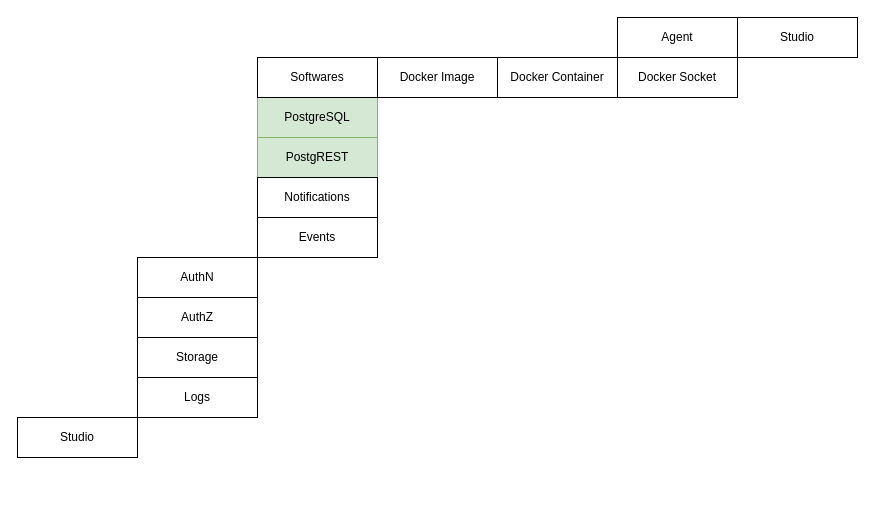
This is README.dio from crestfall-sh/authn, a draw.io file, before an edit. Source tidied: cells renumbered, new cells numbered last; positions are measured from the earlier drawing's top-left corner, leaving out a move shared by most shapes. Both pictures are drawn from the tidied source at 100%, with x=0, y=0 at pixel (17, 17).
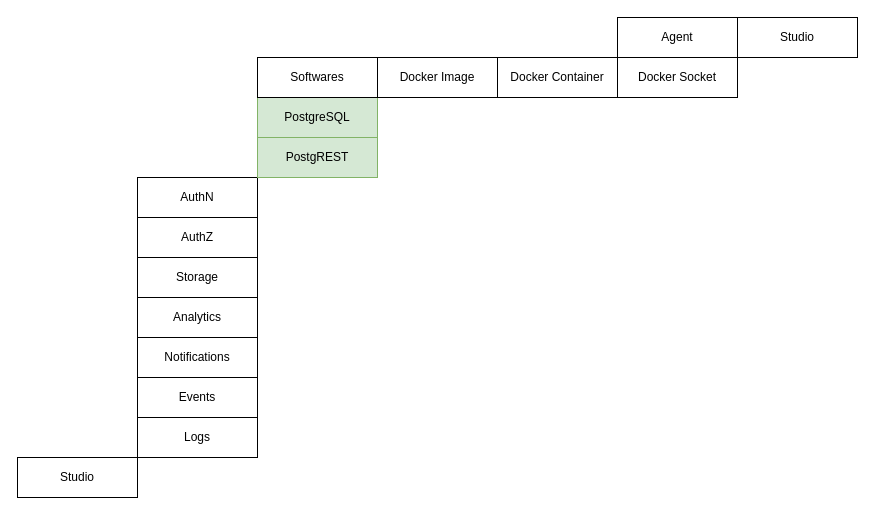
The same page after the edit.

Change to the diagram source:
```diff
@@
 <mxGraphModel>
   <root>
     <mxCell id="0" />
     <mxCell id="1" parent="0" />
     <mxCell id="2" value="AuthN" style="rounded=0;whiteSpace=wrap;html=1;" parent="1" vertex="1">
-      <mxGeometry x="120" y="240" width="120" height="40" as="geometry" />
+      <mxGeometry x="120" y="160" width="120" height="40" as="geometry" />
     </mxCell>
     <mxCell id="3" value="PostgreSQL" style="rounded=0;whiteSpace=wrap;html=1;fillColor=#d5e8d4;strokeColor=#82b366;" parent="1" vertex="1">
       <mxGeometry x="240" y="80" width="120" height="40" as="geometry" />
     </mxCell>
     <mxCell id="4" value="PostgREST" style="rounded=0;whiteSpace=wrap;html=1;fillColor=#d5e8d4;strokeColor=#82b366;" parent="1" vertex="1">
       <mxGeometry x="240" y="120" width="120" height="40" as="geometry" />
     </mxCell>
     <mxCell id="5" value="AuthZ" style="rounded=0;whiteSpace=wrap;html=1;" parent="1" vertex="1">
-      <mxGeometry x="120" y="280" width="120" height="40" as="geometry" />
+      <mxGeometry x="120" y="200" width="120" height="40" as="geometry" />
     </mxCell>
     <mxCell id="6" value="Agent" style="rounded=0;whiteSpace=wrap;html=1;" parent="1" vertex="1">
       <mxGeometry x="600" width="120" height="40" as="geometry" />
     </mxCell>
     <mxCell id="7" value="Docker Socket" style="rounded=0;whiteSpace=wrap;html=1;" parent="1" vertex="1">
       <mxGeometry x="600" y="40" width="120" height="40" as="geometry" />
     </mxCell>
     <mxCell id="8" value="Docker Image" style="rounded=0;whiteSpace=wrap;html=1;" parent="1" vertex="1">
       <mxGeometry x="360" y="40" width="120" height="40" as="geometry" />
     </mxCell>
     <mxCell id="9" value="Docker Container" style="rounded=0;whiteSpace=wrap;html=1;" parent="1" vertex="1">
       <mxGeometry x="480" y="40" width="120" height="40" as="geometry" />
     </mxCell>
     <mxCell id="10" value="Softwares" style="rounded=0;whiteSpace=wrap;html=1;" parent="1" vertex="1">
       <mxGeometry x="240" y="40" width="120" height="40" as="geometry" />
     </mxCell>
     <mxCell id="11" value="Studio" style="rounded=0;whiteSpace=wrap;html=1;" parent="1" vertex="1">
       <mxGeometry x="720" width="120" height="40" as="geometry" />
     </mxCell>
     <mxCell id="12" value="Notifications" style="rounded=0;whiteSpace=wrap;html=1;" parent="1" vertex="1">
-      <mxGeometry x="240" y="160" width="120" height="40" as="geometry" />
+      <mxGeometry x="120" y="320" width="120" height="40" as="geometry" />
     </mxCell>
     <mxCell id="13" value="Events" style="rounded=0;whiteSpace=wrap;html=1;" parent="1" vertex="1">
-      <mxGeometry x="240" y="200" width="120" height="40" as="geometry" />
+      <mxGeometry x="120" y="360" width="120" height="40" as="geometry" />
     </mxCell>
-    <mxCell id="14" value="Logs" style="rounded=0;whiteSpace=wrap;html=1;" parent="1" vertex="1">
-      <mxGeometry x="120" y="360" width="120" height="40" as="geometry" />
-    </mxCell>
     <mxCell id="15" value="Studio" style="rounded=0;whiteSpace=wrap;html=1;" parent="1" vertex="1">
-      <mxGeometry y="400" width="120" height="40" as="geometry" />
+      <mxGeometry y="440" width="120" height="40" as="geometry" />
     </mxCell>
     <mxCell id="16" value="Storage" style="rounded=0;whiteSpace=wrap;html=1;" parent="1" vertex="1">
-      <mxGeometry x="120" y="320" width="120" height="40" as="geometry" />
+      <mxGeometry x="120" y="240" width="120" height="40" as="geometry" />
     </mxCell>
+    <mxCell id="17" value="Analytics" style="rounded=0;whiteSpace=wrap;html=1;" parent="1" vertex="1">
+      <mxGeometry x="120" y="280" width="120" height="40" as="geometry" />
+    </mxCell>
+    <mxCell id="14" value="Logs" style="rounded=0;whiteSpace=wrap;html=1;" parent="1" vertex="1">
+      <mxGeometry x="120" y="400" width="120" height="40" as="geometry" />
+    </mxCell>
   </root>
 </mxGraphModel>
```
